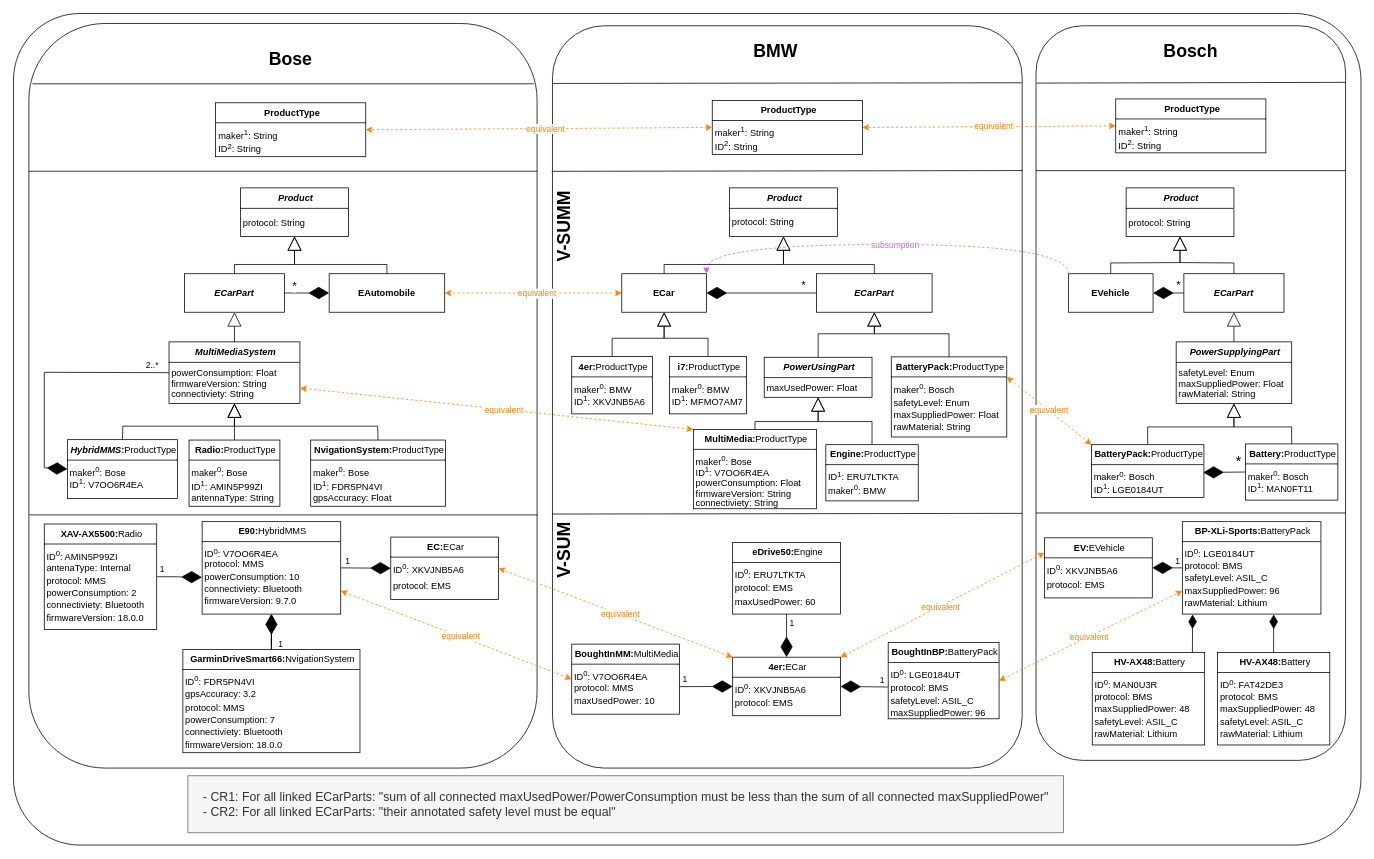
Before: A02-MVE-Poster.drawio in Mohammad-Si/convide-A02-MVE, a draw.io diagram. Source tidied: cells renumbered, new cells numbered last; positions are measured from the earlier drawing's top-left corner, leaving out a move shared by most shapes. Both pictures are drawn from the tidied source at 77%, with x=0, y=0 at pixel (13, 13).
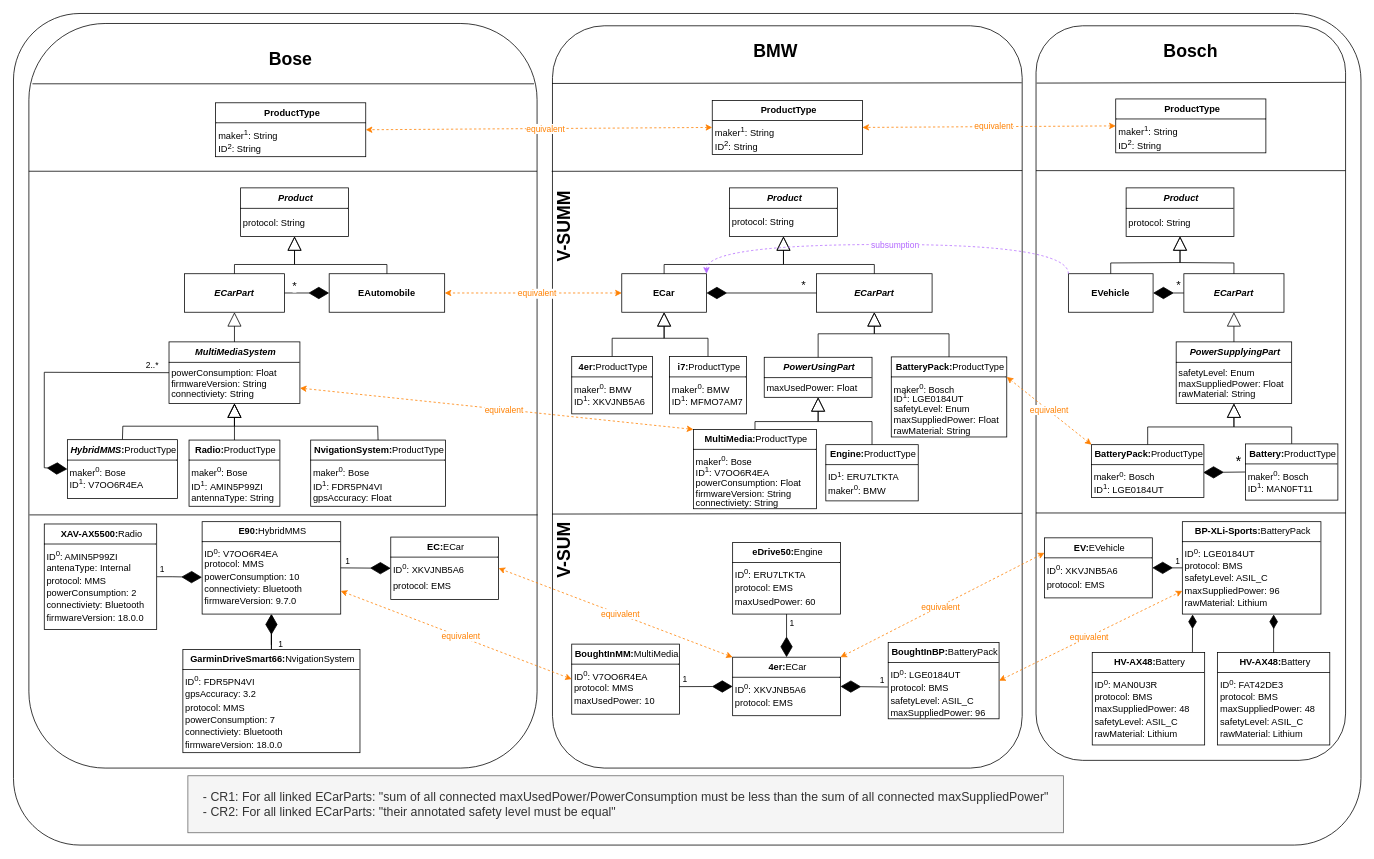
After the change.

Diff of the diagram source:
```diff
@@
-    <mxCell id="37" value="&lt;p style=&quot;margin:0px;margin-top:4px;text-align:center;&quot;&gt;&lt;/p&gt;&lt;div style=&quot;height:2px;&quot;&gt;&lt;/div&gt;&lt;div style=&quot;text-align: center;&quot;&gt;&lt;span style=&quot;font-weight: 700; background-color: initial;&quot;&gt;&amp;nbsp;&lt;/span&gt;&lt;span style=&quot;background-color: initial;&quot;&gt;&lt;b&gt;BatteryPack:&lt;/b&gt;ProductType&lt;/span&gt;&lt;/div&gt;&lt;hr size=&quot;1&quot; style=&quot;border-style:solid;&quot;&gt;&lt;div style=&quot;height:2px;&quot;&gt;&lt;div style=&quot;height: 2px;&quot;&gt;&lt;div style=&quot;height: 2px;&quot;&gt;&amp;nbsp;maker&lt;sup&gt;0&lt;/sup&gt;: Bosch&lt;/div&gt;&lt;div style=&quot;height: 2px;&quot;&gt;&lt;span style=&quot;background-color: initial;&quot;&gt;&lt;br&gt;&lt;/span&gt;&lt;/div&gt;&lt;div style=&quot;height: 2px;&quot;&gt;&lt;span style=&quot;background-color: initial;&quot;&gt;&amp;nbsp;&lt;/span&gt;&lt;/div&gt;&lt;div style=&quot;height: 2px;&quot;&gt;&lt;br&gt;&lt;/div&gt;&lt;div style=&quot;height: 2px;&quot;&gt;&lt;br&gt;&lt;/div&gt;&lt;div style=&quot;height: 2px;&quot;&gt;&lt;br&gt;&lt;/div&gt;&lt;div style=&quot;height: 2px;&quot;&gt;&lt;br&gt;&lt;/div&gt;&lt;div style=&quot;height: 2px;&quot;&gt;&lt;br&gt;&lt;/div&gt;&lt;div style=&quot;height: 2px;&quot;&gt;&lt;br&gt;&lt;/div&gt;&lt;div style=&quot;height: 2px;&quot;&gt;&lt;br&gt;&lt;/div&gt;&lt;div style=&quot;height: 2px;&quot;&gt;&amp;nbsp;safetyLevel: Enum&lt;/div&gt;&lt;div style=&quot;height: 2px;&quot;&gt;&lt;br&gt;&lt;/div&gt;&lt;div style=&quot;height: 2px;&quot;&gt;&lt;br&gt;&lt;/div&gt;&lt;div style=&quot;height: 2px;&quot;&gt;&lt;br&gt;&lt;/div&gt;&lt;div style=&quot;height: 2px;&quot;&gt;&lt;br&gt;&lt;/div&gt;&lt;div style=&quot;height: 2px;&quot;&gt;&lt;br&gt;&lt;/div&gt;&lt;div style=&quot;height: 2px;&quot;&gt;&lt;br&gt;&lt;/div&gt;&lt;div style=&quot;height: 2px;&quot;&gt;&lt;br&gt;&lt;/div&gt;&lt;div style=&quot;height: 2px;&quot;&gt;&amp;nbsp;maxSuppliedPower: Float&lt;/div&gt;&lt;div style=&quot;height: 2px;&quot;&gt;&lt;br&gt;&lt;/div&gt;&lt;div style=&quot;height: 2px;&quot;&gt;&lt;br&gt;&lt;/div&gt;&lt;div style=&quot;height: 2px;&quot;&gt;&lt;br&gt;&lt;/div&gt;&lt;div style=&quot;height: 2px;&quot;&gt;&lt;br&gt;&lt;/div&gt;&lt;div style=&quot;height: 2px;&quot;&gt;&lt;br&gt;&lt;/div&gt;&lt;div style=&quot;height: 2px;&quot;&gt;&lt;br&gt;&lt;/div&gt;&lt;div style=&quot;height: 2px;&quot;&gt;&lt;br&gt;&lt;/div&gt;&lt;div style=&quot;height: 2px;&quot;&gt;&amp;nbsp;rawMaterial: String&lt;/div&gt;&lt;/div&gt;&lt;/div&gt;" style="verticalAlign=top;align=left;overflow=fill;html=1;whiteSpace=wrap;" parent="1" vertex="1">
+    <mxCell id="37" value="&lt;p style=&quot;margin:0px;margin-top:4px;text-align:center;&quot;&gt;&lt;/p&gt;&lt;div style=&quot;height:2px;&quot;&gt;&lt;/div&gt;&lt;div style=&quot;text-align: center;&quot;&gt;&lt;span style=&quot;font-weight: 700; background-color: initial;&quot;&gt;&amp;nbsp;&lt;/span&gt;&lt;span style=&quot;background-color: initial;&quot;&gt;&lt;b&gt;BatteryPack:&lt;/b&gt;ProductType&lt;/span&gt;&lt;/div&gt;&lt;hr size=&quot;1&quot; style=&quot;border-style:solid;&quot;&gt;&lt;div style=&quot;height:2px;&quot;&gt;&lt;div style=&quot;height: 2px;&quot;&gt;&lt;div style=&quot;height: 2px;&quot;&gt;&amp;nbsp;&lt;span style=&quot;background-color: initial;&quot;&gt;maker&lt;/span&gt;&lt;sup style=&quot;background-color: initial;&quot;&gt;0&lt;/sup&gt;&lt;span style=&quot;background-color: initial;&quot;&gt;: Bosch&lt;/span&gt;&lt;/div&gt;&lt;div style=&quot;height: 2px;&quot;&gt;&lt;span style=&quot;background-color: initial;&quot;&gt;&lt;br&gt;&lt;/span&gt;&lt;/div&gt;&lt;div style=&quot;height: 2px;&quot;&gt;&lt;span style=&quot;background-color: initial;&quot;&gt;&lt;br&gt;&lt;/span&gt;&lt;/div&gt;&lt;div style=&quot;height: 2px;&quot;&gt;&lt;span style=&quot;background-color: initial;&quot;&gt;&lt;br&gt;&lt;/span&gt;&lt;/div&gt;&lt;div style=&quot;height: 2px;&quot;&gt;&lt;span style=&quot;background-color: initial;&quot;&gt;&lt;br&gt;&lt;/span&gt;&lt;/div&gt;&lt;div style=&quot;height: 2px;&quot;&gt;&lt;br&gt;&lt;/div&gt;&lt;div style=&quot;height: 2px;&quot;&gt;&amp;nbsp;ID&lt;sup&gt;1&lt;/sup&gt;:&amp;nbsp;&lt;span style=&quot;background-color: initial;&quot;&gt;LG&lt;/span&gt;&lt;span style=&quot;background-color: initial;&quot;&gt;E0184UT&lt;/span&gt;&lt;span style=&quot;background-color: initial;&quot;&gt;&lt;/span&gt;&lt;/div&gt;&lt;div style=&quot;height: 2px;&quot;&gt;&lt;br&gt;&lt;/div&gt;&lt;div style=&quot;height: 2px;&quot;&gt;&lt;br&gt;&lt;/div&gt;&lt;div style=&quot;height: 2px;&quot;&gt;&lt;br&gt;&lt;/div&gt;&lt;div style=&quot;height: 2px;&quot;&gt;&lt;br&gt;&lt;/div&gt;&lt;div style=&quot;height: 2px;&quot;&gt;&lt;br&gt;&lt;/div&gt;&lt;div style=&quot;height: 2px;&quot;&gt;&lt;br&gt;&lt;/div&gt;&lt;div style=&quot;height: 2px;&quot;&gt;&lt;br&gt;&lt;/div&gt;&lt;div style=&quot;height: 2px;&quot;&gt;&amp;nbsp;safetyLevel: Enum&lt;/div&gt;&lt;div style=&quot;height: 2px;&quot;&gt;&lt;br&gt;&lt;/div&gt;&lt;div style=&quot;height: 2px;&quot;&gt;&lt;br&gt;&lt;/div&gt;&lt;div style=&quot;height: 2px;&quot;&gt;&lt;br&gt;&lt;/div&gt;&lt;div style=&quot;height: 2px;&quot;&gt;&lt;br&gt;&lt;/div&gt;&lt;div style=&quot;height: 2px;&quot;&gt;&lt;br&gt;&lt;/div&gt;&lt;div style=&quot;height: 2px;&quot;&gt;&lt;br&gt;&lt;/div&gt;&lt;div style=&quot;height: 2px;&quot;&gt;&amp;nbsp;maxSuppliedPower: Float&lt;/div&gt;&lt;div style=&quot;height: 2px;&quot;&gt;&lt;br&gt;&lt;/div&gt;&lt;div style=&quot;height: 2px;&quot;&gt;&lt;br&gt;&lt;/div&gt;&lt;div style=&quot;height: 2px;&quot;&gt;&lt;br&gt;&lt;/div&gt;&lt;div style=&quot;height: 2px;&quot;&gt;&lt;br&gt;&lt;/div&gt;&lt;div style=&quot;height: 2px;&quot;&gt;&lt;br&gt;&lt;/div&gt;&lt;div style=&quot;height: 2px;&quot;&gt;&lt;br&gt;&lt;/div&gt;&lt;div style=&quot;height: 2px;&quot;&gt;&amp;nbsp;rawMaterial: String&lt;/div&gt;&lt;/div&gt;&lt;/div&gt;" style="verticalAlign=top;align=left;overflow=fill;html=1;whiteSpace=wrap;" parent="1" vertex="1">
       <mxGeometry x="1140" y="446" width="150" height="104" as="geometry" />
     </mxCell>
```
